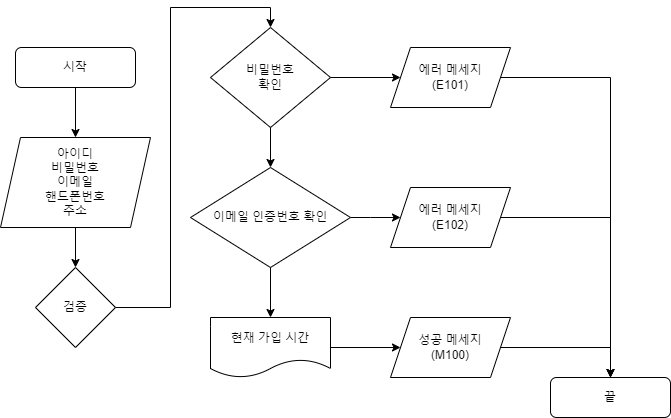
Earlier version of the draw.io export Untitled Diagram.drawio.png (developerDaeun/FlowChart). Source tidied: cells renumbered, new cells last; positions are measured from the earlier drawing's top-left corner, leaving out a move shared by most shapes.
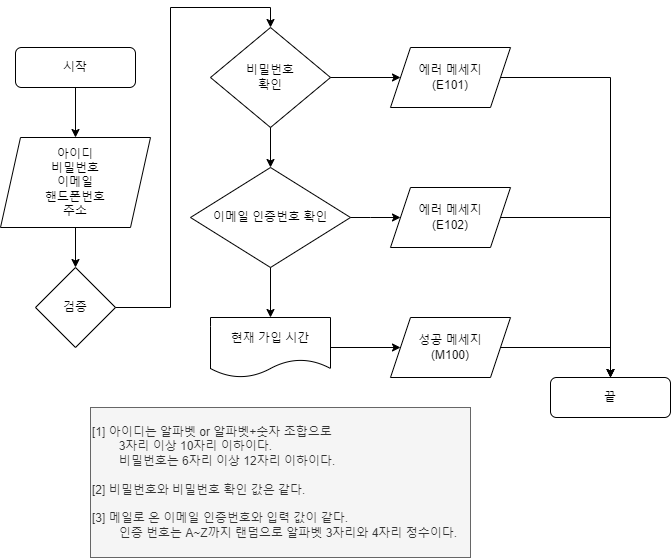
After the commit.

Change to the diagram source:
```diff
@@ -87,5 +87,8 @@
         </Array>
       </mxGeometry>
     </mxCell>
+    <mxCell id="23" value="[1]&amp;nbsp;아이디는 알파벳 or 알파벳+숫자 조합으로&lt;br&gt;&lt;span style=&quot;white-space: pre&quot;&gt;&#9;&lt;/span&gt;3자리 이상 10자리 이하이다.&lt;br&gt;&lt;span style=&quot;white-space: pre&quot;&gt;&#9;&lt;/span&gt;비밀번호는 6자리 이상 12자리 이하이다.&lt;br&gt;&lt;br&gt;[2] 비밀번호와 비밀번호 확인 값은 같다.&lt;br&gt;&lt;br&gt;[3] 메일로 온 이메일 인증번호와 입력 값이 같다.&lt;br&gt;&lt;span style=&quot;white-space: pre&quot;&gt;&#9;&lt;/span&gt;인증 번호는 A~Z까지 랜덤으로 알파벳 3자리와 4자리 정수이다." style="text;html=1;strokeColor=#666666;fillColor=#f5f5f5;align=left;verticalAlign=middle;whiteSpace=wrap;rounded=0;fontColor=#333333;" parent="1" vertex="1">
+      <mxGeometry x="90" y="400" width="380" height="150" as="geometry" />
+    </mxCell>
   </root>
 </mxGraphModel>
```
